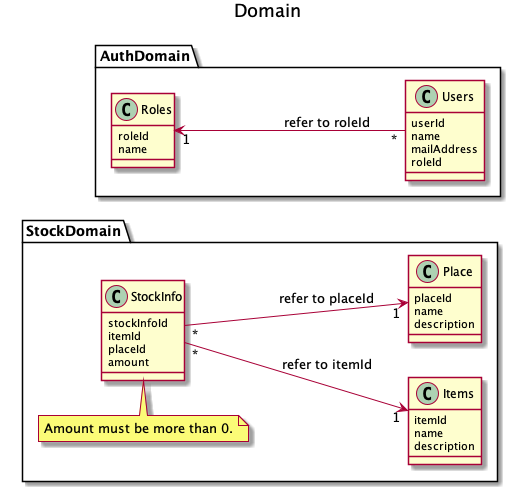
Above: HomeStockManagement/out/DomainModel/Domain.png in shu3-lab/design (PlantUML), before the change.
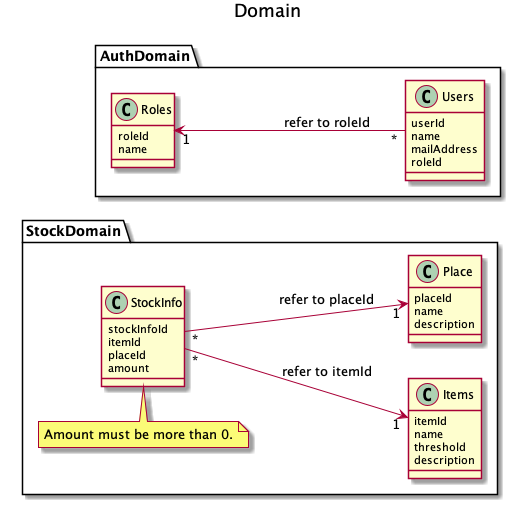
After the change.

The edit, as a diff of the source:
```diff
@@ -19,6 +19,7 @@
     class Items {
         itemId
         name
+        threshold
         description
     }
     class Place {
```
